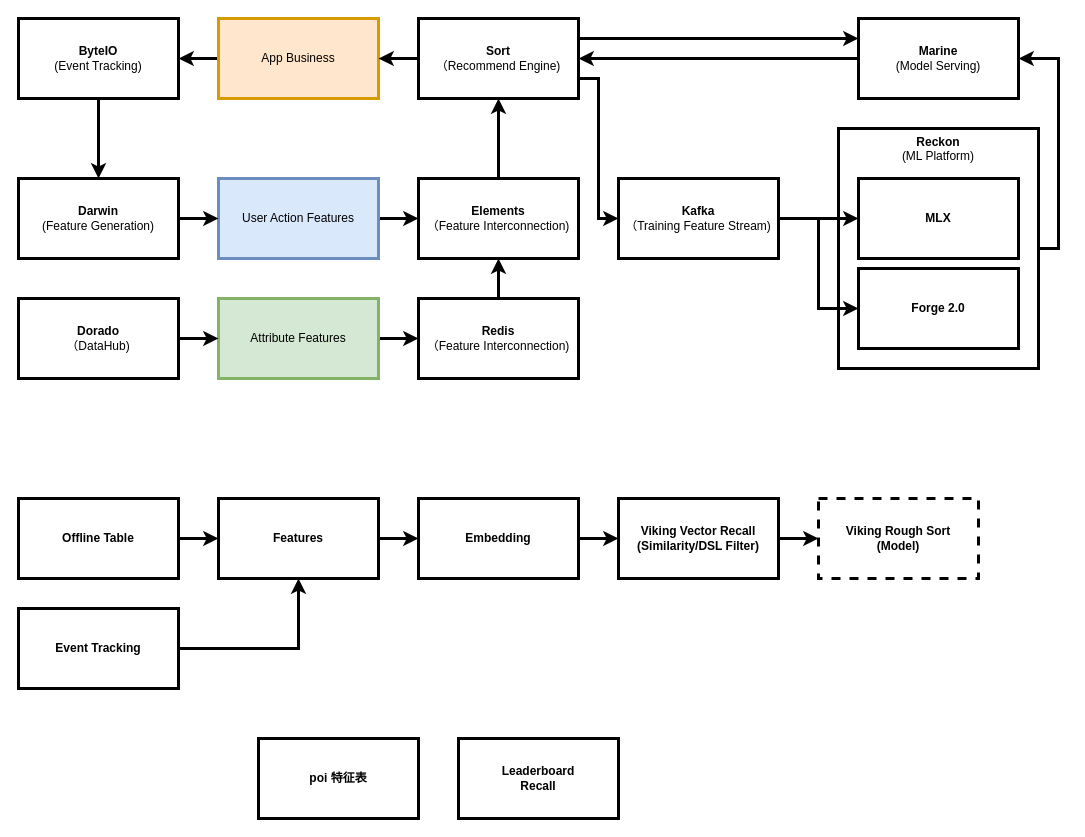
The draw.io diagram product/RankStage.drawio in kleon1024/draw, before the edit. Source tidied: cells renumbered, new cells numbered last; positions are measured from the earlier drawing's top-left corner, leaving out a move shared by most shapes. Both pictures are drawn from the tidied source at 100%, with x=0, y=0 at pixel (18, 18).
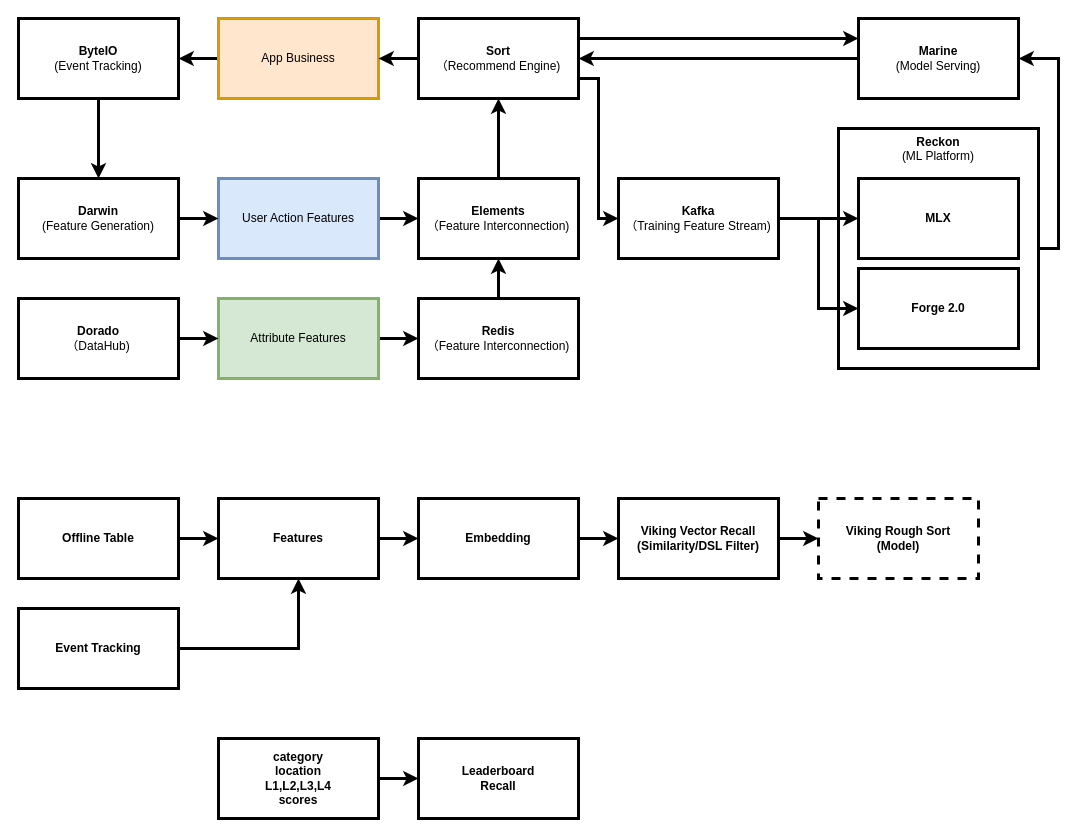
The same diagram, later.

Diff of the diagram source:
```diff
@@
     <mxCell id="43" value="&lt;b&gt;Leaderboard&lt;br&gt;Recall&lt;br&gt;&lt;/b&gt;" style="rounded=0;whiteSpace=wrap;html=1;strokeWidth=3;" parent="1" vertex="1">
-      <mxGeometry x="440" y="720" width="160" height="80" as="geometry" />
+      <mxGeometry x="400" y="720" width="160" height="80" as="geometry" />
     </mxCell>
+    <mxCell id="45" style="edgeStyle=orthogonalEdgeStyle;rounded=0;jettySize=auto;html=1;exitX=1;exitY=0.5;exitDx=0;exitDy=0;strokeWidth=3;fontColor=default;" parent="1" edge="1" source="44" target="43">
+      <mxGeometry relative="1" as="geometry" />
+    </mxCell>
-    <mxCell id="44" value="&lt;b&gt;poi 特征表&lt;br&gt;&lt;/b&gt;" style="rounded=0;whiteSpace=wrap;html=1;strokeWidth=3;" parent="1" vertex="1">
-      <mxGeometry x="240" y="720" width="160" height="80" as="geometry" />
+    <mxCell id="44" value="&lt;b&gt;category&lt;br&gt;location&lt;br&gt;L1,L2,L3,L4&lt;br&gt;scores&lt;/b&gt;" style="rounded=0;whiteSpace=wrap;html=1;strokeWidth=3;" parent="1" vertex="1">
+      <mxGeometry x="200" y="720" width="160" height="80" as="geometry" />
     </mxCell>
```
